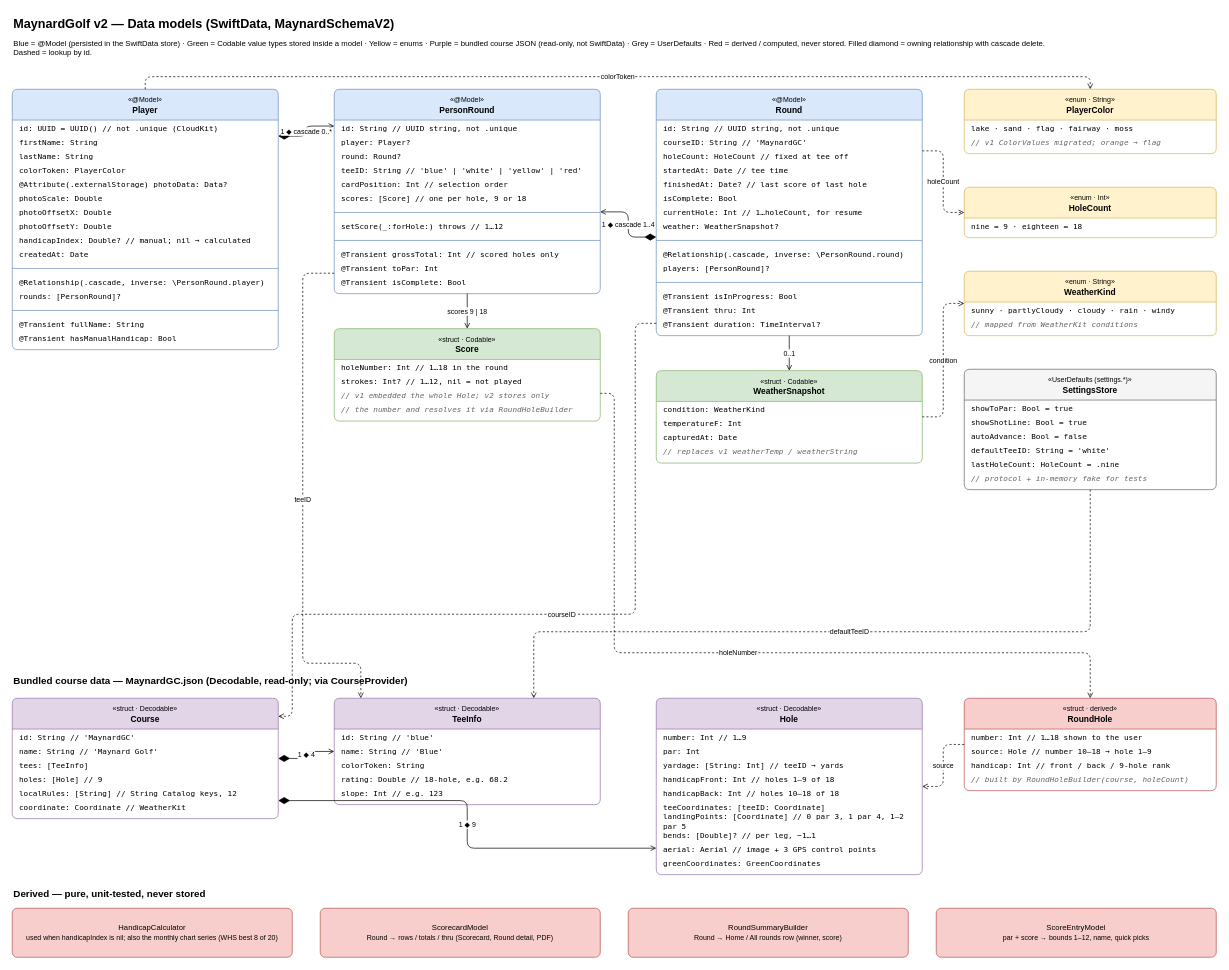
Earlier version of the draw.io diagram page "SwiftData models (schema v2)" (1 of 2) of docs/data-model.drawio (tassinari/MaynardGolf). Source tidied: cells renumbered, new cells numbered last; positions are measured from the earlier drawing's top-left corner, leaving out a move shared by most shapes. Both pictures are drawn from the tidied source at 70%, with x=0, y=0 at pixel (12, 12).
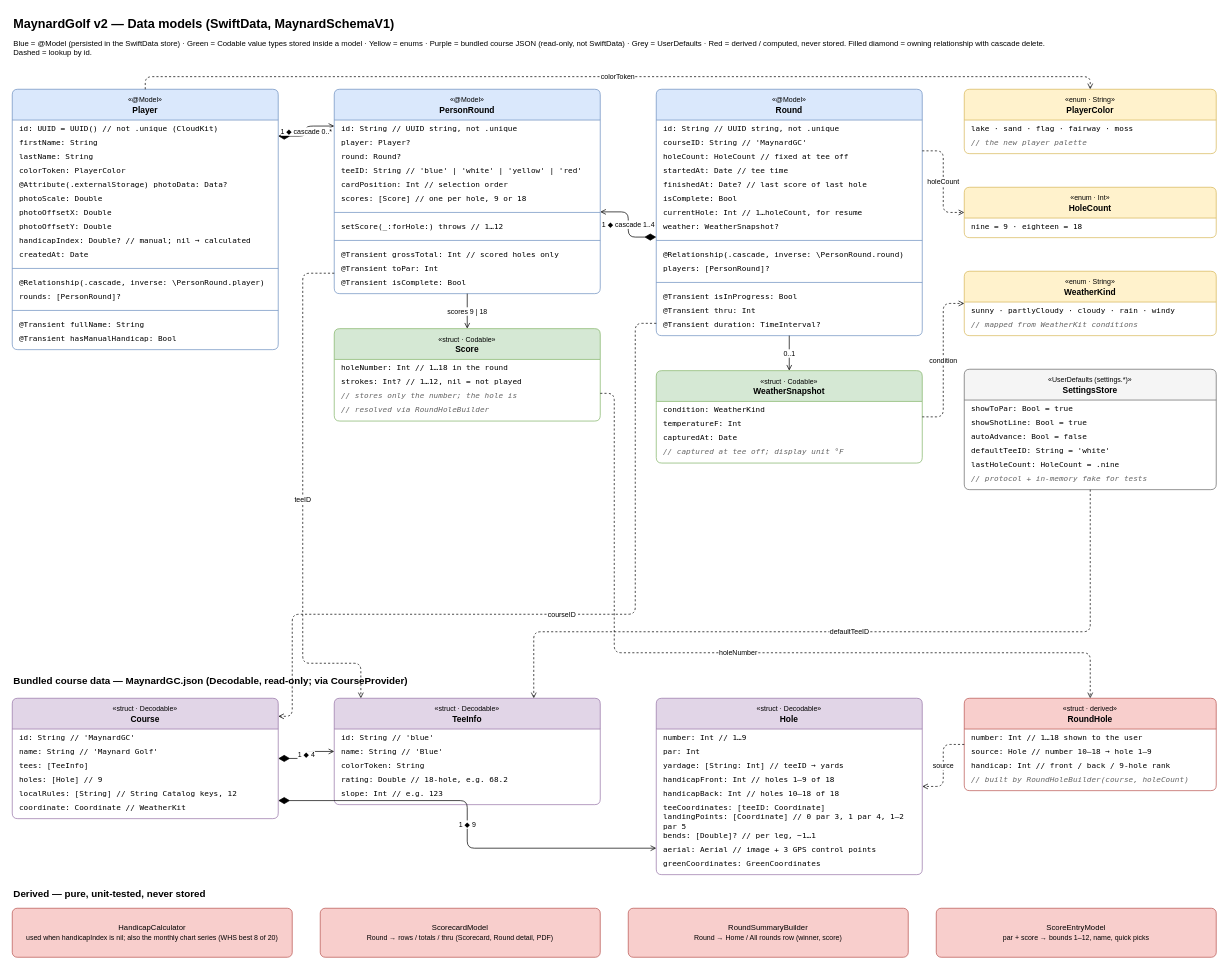
Above is the later version.

Commit message (it also covers changes not shown here):
docs: remove the v1 data migration; every install starts with a fresh store

The change refers to these unchanged cells:
```xml
<mxCell id="50" value="&lt;font style='font-size:10px'&gt;«struct · Codable»&lt;/font&gt;&lt;br&gt;&lt;b&gt;Score&lt;/b&gt;" style="swimlane;html=1;fontStyle=0;align=center;startSize=44;fillColor=#d5e8d4;strokeColor=#82b366;swimlaneFillColor=#ffffff;rounded=1;arcSize=6;whiteSpace=wrap;" parent="1" vertex="1">
  <mxGeometry x="460" y="452" width="380" height="132" as="geometry" />
</mxCell>
<mxCell id="55" value="&lt;font style='font-size:10px'&gt;«struct · Codable»&lt;/font&gt;&lt;br&gt;&lt;b&gt;WeatherSnapshot&lt;/b&gt;" style="swimlane;html=1;fontStyle=0;align=center;startSize=44;fillColor=#d5e8d4;strokeColor=#82b366;swimlaneFillColor=#ffffff;rounded=1;arcSize=6;whiteSpace=wrap;" parent="1" vertex="1">
  <mxGeometry x="920" y="512" width="380" height="132" as="geometry" />
</mxCell>
<mxCell id="60" value="&lt;font style='font-size:10px'&gt;«enum · String»&lt;/font&gt;&lt;br&gt;&lt;b&gt;PlayerColor&lt;/b&gt;" style="swimlane;html=1;fontStyle=0;align=center;startSize=44;fillColor=#fff2cc;strokeColor=#d6b656;swimlaneFillColor=#ffffff;rounded=1;arcSize=6;whiteSpace=wrap;" parent="1" vertex="1">
  <mxGeometry x="1360" y="110" width="360" height="92" as="geometry" />
</mxCell>
```

What changed in the source:
```diff
@@
-    <mxCell id="2" value="MaynardGolf v2 — Data models (SwiftData, MaynardSchemaV2)" style="text;html=1;strokeColor=none;fillColor=none;align=left;verticalAlign=top;whiteSpace=wrap;fontSize=18;fontStyle=1;" parent="1" vertex="1">
+    <mxCell id="2" value="MaynardGolf v2 — Data models (SwiftData, MaynardSchemaV1)" style="text;html=1;strokeColor=none;fillColor=none;align=left;verticalAlign=top;whiteSpace=wrap;fontSize=18;fontStyle=1;" parent="1" vertex="1">
       <mxGeometry width="1200" height="30" as="geometry" />
     </mxCell>
@@
-    <mxCell id="53" value="// v1 embedded the whole Hole; v2 stores only" style="text;html=1;strokeColor=none;fillColor=none;align=left;verticalAlign=middle;spacingLeft=8;fontSize=11;fontFamily=Menlo;whiteSpace=wrap;fontColor=#666666;fontStyle=2;" parent="50" vertex="1">
+    <mxCell id="53" value="// stores only the number; the hole is" style="text;html=1;strokeColor=none;fillColor=none;align=left;verticalAlign=middle;spacingLeft=8;fontSize=11;fontFamily=Menlo;whiteSpace=wrap;fontColor=#666666;fontStyle=2;" parent="50" vertex="1">
       <mxGeometry y="86" width="380" height="20" as="geometry" />
     </mxCell>
-    <mxCell id="54" value="// the number and resolves it via RoundHoleBuilder" style="text;html=1;strokeColor=none;fillColor=none;align=left;verticalAlign=middle;spacingLeft=8;fontSize=11;fontFamily=Menlo;whiteSpace=wrap;fontColor=#666666;fontStyle=2;" parent="50" vertex="1">
+    <mxCell id="54" value="// resolved via RoundHoleBuilder" style="text;html=1;strokeColor=none;fillColor=none;align=left;verticalAlign=middle;spacingLeft=8;fontSize=11;fontFamily=Menlo;whiteSpace=wrap;fontColor=#666666;fontStyle=2;" parent="50" vertex="1">
       <mxGeometry y="106" width="380" height="20" as="geometry" />
     </mxCell>
@@
-    <mxCell id="59" value="// replaces v1 weatherTemp / weatherString" style="text;html=1;strokeColor=none;fillColor=none;align=left;verticalAlign=middle;spacingLeft=8;fontSize=11;fontFamily=Menlo;whiteSpace=wrap;fontColor=#666666;fontStyle=2;" parent="55" vertex="1">
+    <mxCell id="59" value="// captured at tee off; display unit °F" style="text;html=1;strokeColor=none;fillColor=none;align=left;verticalAlign=middle;spacingLeft=8;fontSize=11;fontFamily=Menlo;whiteSpace=wrap;fontColor=#666666;fontStyle=2;" parent="55" vertex="1">
       <mxGeometry y="106" width="380" height="20" as="geometry" />
     </mxCell>
@@
-    <mxCell id="62" value="// v1 ColorValues migrated; orange → flag" style="text;html=1;strokeColor=none;fillColor=none;align=left;verticalAlign=middle;spacingLeft=8;fontSize=11;fontFamily=Menlo;whiteSpace=wrap;fontColor=#666666;fontStyle=2;" parent="60" vertex="1">
+    <mxCell id="62" value="// the new player palette" style="text;html=1;strokeColor=none;fillColor=none;align=left;verticalAlign=middle;spacingLeft=8;fontSize=11;fontFamily=Menlo;whiteSpace=wrap;fontColor=#666666;fontStyle=2;" parent="60" vertex="1">
       <mxGeometry y="66" width="360" height="20" as="geometry" />
     </mxCell>
```
